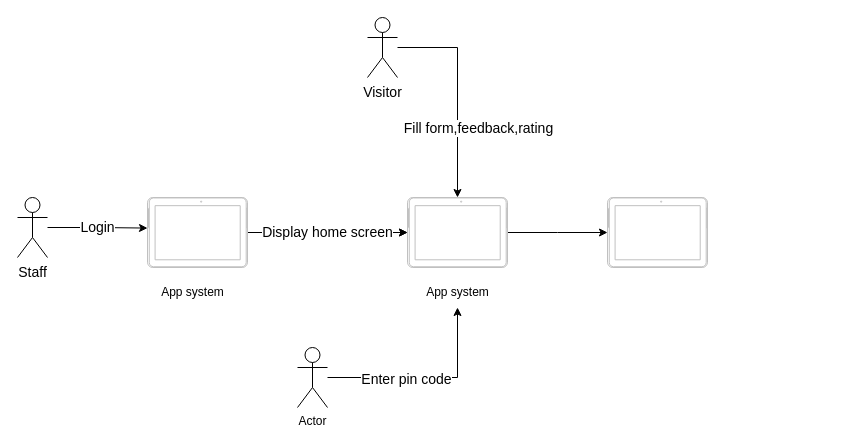
The draw.io diagram wireframe_explaination/Workflow_1.drawio in duongminhthanh/app_system_management_visitor_for_old_aparment, before the edit. Source tidied: cells renumbered, new cells numbered last; positions are measured from the earlier drawing's top-left corner, leaving out a move shared by most shapes. Both pictures are drawn from the tidied source at 100%, with x=0, y=0 at pixel (17, 17).
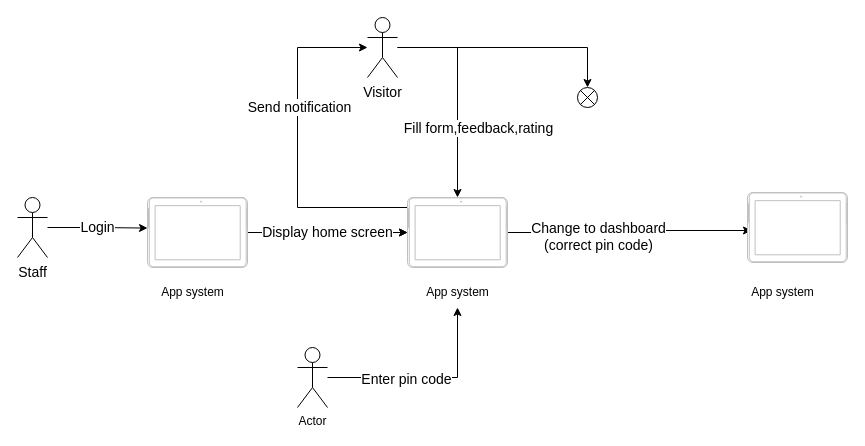
The same page after the edit.

The change refers to these unchanged cells:
```xml
<mxCell id="9" style="verticalLabelPosition=bottom;verticalAlign=top;html=1;shadow=0;dashed=0;strokeWidth=1;shape=mxgraph.android.tab2;strokeColor=#c0c0c0;direction=north;" parent="1" vertex="1">
  <mxGeometry x="390" y="180" width="100" height="70" as="geometry" />
</mxCell>
<mxCell id="13" value="Visitor" style="shape=umlActor;verticalLabelPosition=bottom;verticalAlign=top;html=1;outlineConnect=0;fontSize=14;" parent="1" vertex="1">
  <mxGeometry x="350" width="30" height="60" as="geometry" />
</mxCell>
```

What changed in the source:
```diff
@@
-    <mxCell id="8" style="edgeStyle=orthogonalEdgeStyle;rounded=0;jettySize=auto;html=1;" parent="1" edge="1" source="9">
-      <mxGeometry relative="1" as="geometry">
-        <mxPoint x="590" y="215" as="targetPoint" />
-      </mxGeometry>
+    <mxCell id="8" style="edgeStyle=orthogonalEdgeStyle;rounded=0;jettySize=auto;html=1;entryX=0.457;entryY=0.04;entryDx=0;entryDy=0;entryPerimeter=0;" parent="1" edge="1" source="9" target="17">
+      <mxGeometry relative="1" as="geometry" />
     </mxCell>
+    <mxCell id="18" value="Change to dashboard&lt;br&gt;(correct pin code)" style="edgeLabel;html=1;align=center;verticalAlign=middle;fontSize=14;" parent="8" vertex="1">
+      <mxGeometry x="-0.27" y="-3" relative="1" as="geometry" />
+    </mxCell>
+    <mxCell id="19" style="edgeStyle=orthogonalEdgeStyle;rounded=0;jettySize=auto;html=1;" parent="1" edge="1" source="9" target="13">
+      <mxGeometry relative="1" as="geometry">
+        <Array as="points">
+          <mxPoint x="280" y="190" />
+          <mxPoint x="280" y="30" />
+        </Array>
+      </mxGeometry>
+    </mxCell>
+    <mxCell id="20" value="Send notification" style="edgeLabel;html=1;align=center;verticalAlign=middle;fontSize=14;" parent="19" vertex="1">
+      <mxGeometry x="0.24" y="-1" relative="1" as="geometry" />
+    </mxCell>
@@
+    <mxCell id="21" style="edgeStyle=orthogonalEdgeStyle;rounded=0;jettySize=auto;html=1;entryX=0.5;entryY=0;entryDx=0;entryDy=0;entryPerimeter=0;" parent="1" edge="1" source="13" target="23">
+      <mxGeometry relative="1" as="geometry" />
+    </mxCell>
@@
     <mxCell id="17" style="verticalLabelPosition=bottom;verticalAlign=top;html=1;shadow=0;dashed=0;strokeWidth=1;shape=mxgraph.android.tab2;strokeColor=#c0c0c0;direction=north;" parent="1" vertex="1">
-      <mxGeometry x="590" y="180" width="100" height="70" as="geometry" />
+      <mxGeometry x="730" y="175" width="100" height="70" as="geometry" />
     </mxCell>
+    <mxCell id="22" value="App system" style="text;html=1;align=center;verticalAlign=middle;strokeColor=none;fillColor=none;" parent="1" vertex="1">
+      <mxGeometry x="720" y="260" width="90" height="30" as="geometry" />
+    </mxCell>
+    <mxCell id="23" style="verticalLabelPosition=bottom;verticalAlign=top;html=1;shape=mxgraph.flowchart.or;" parent="1" vertex="1">
+      <mxGeometry x="560" y="70" width="20" height="20" as="geometry" />
+    </mxCell>
```
